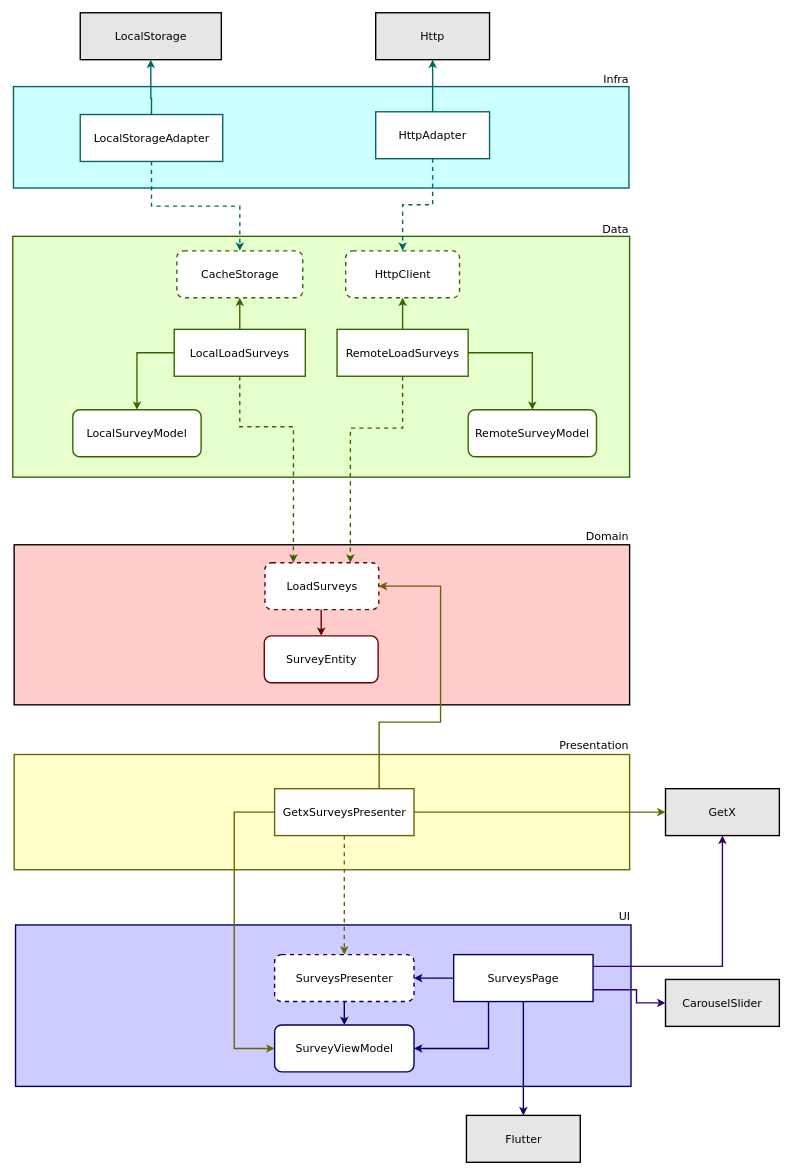
This is page "Surveys" (4 of 7) of diagrama.drawio from gaiveknopf/flutter_clean_code, a draw.io file, before an edit. Source tidied: cells renumbered, new cells numbered last; positions are measured from the earlier drawing's top-left corner, leaving out a move shared by most shapes. Both pictures are drawn from the tidied source at 69%, with x=0, y=0 at pixel (12, 12).
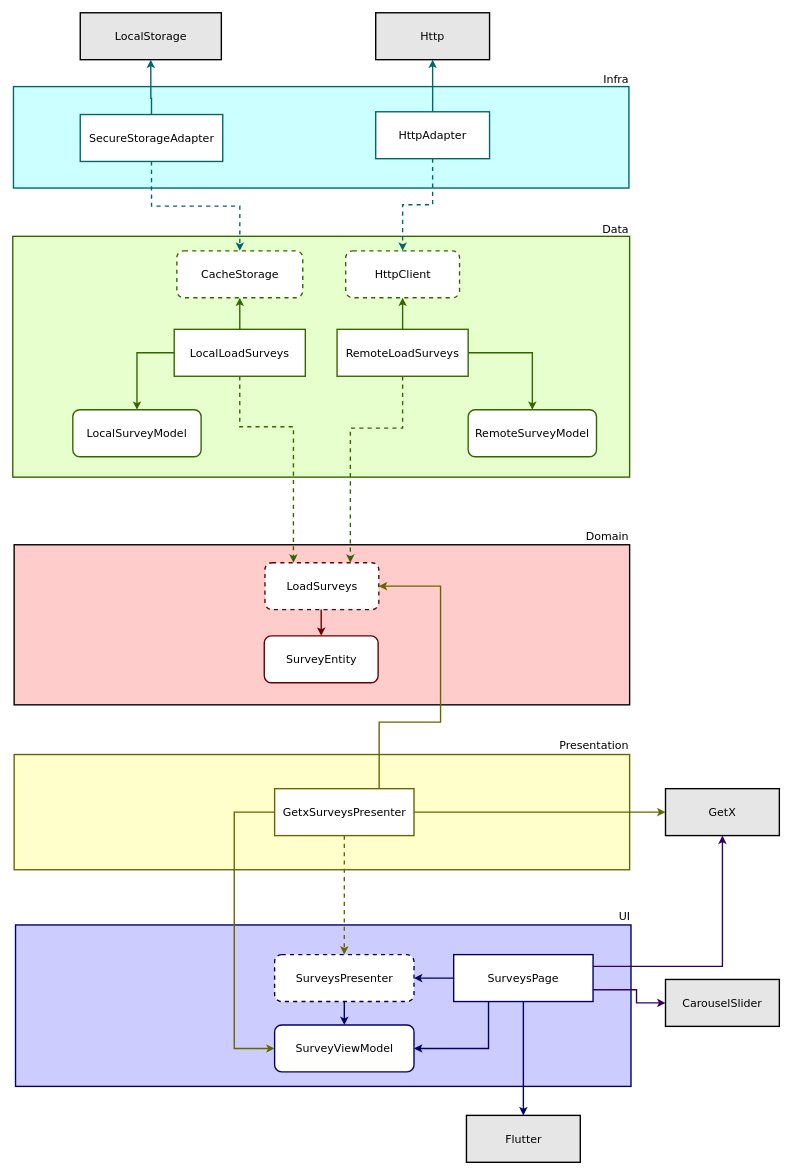
The same diagram, later.

Diff of the diagram source:
```diff
@@
-    <mxCell id="29" value="LocalStorageAdapter" style="rounded=0;whiteSpace=wrap;html=1;shadow=0;strokeWidth=2;fillColor=#FFFFFF;fontFamily=Verdana;fontSize=16;align=center;strokeColor=#006666;sketch=0;" parent="1" vertex="1">
+    <mxCell id="29" value="SecureStorageAdapter" style="rounded=0;whiteSpace=wrap;html=1;shadow=0;strokeWidth=2;fillColor=#FFFFFF;fontFamily=Verdana;fontSize=16;align=center;strokeColor=#006666;sketch=0;" parent="1" vertex="1">
       <mxGeometry x="97.8" y="147.5" width="206.5" height="68" as="geometry" />
     </mxCell>
```
